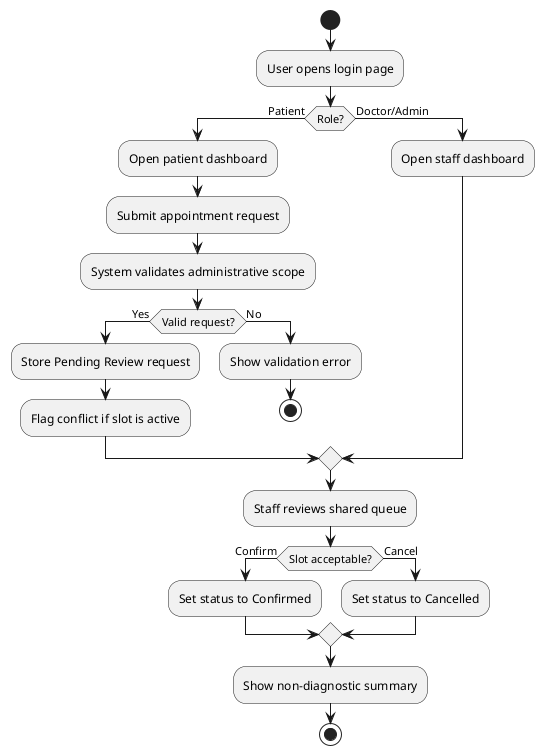
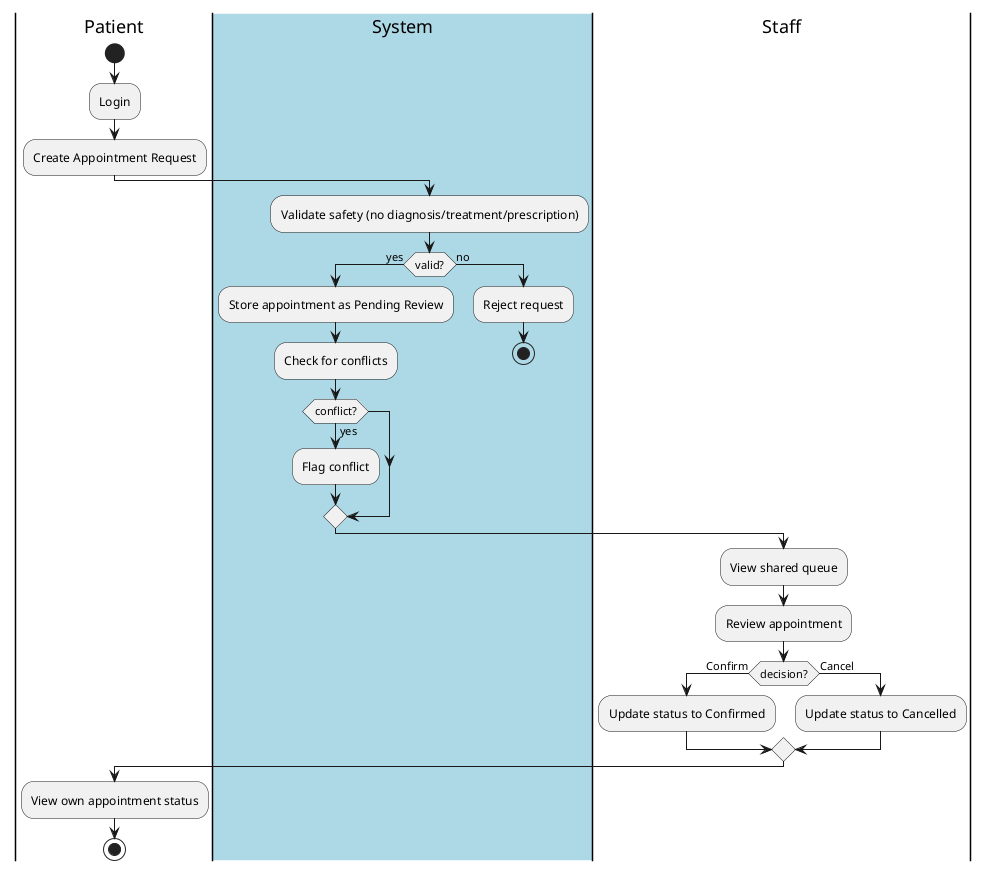
@startuml
+ |Patient|
start
- :User opens login page;
- if (Role?) then (Patient)
-   :Open patient dashboard;
-   :Submit appointment request;
-   :System validates administrative scope;
-   if (Valid request?) then (Yes)
-     :Store Pending Review request;
-     :Flag conflict if slot is active;
-   else (No)
-     :Show validation error;
-     stop
+ :Login;
+ :Create Appointment Request;
+ |#LightBlue|System|
+ :Validate safety (no diagnosis/treatment/prescription);
+ if (valid?) then (yes)
+   :Store appointment as Pending Review;
+   :Check for conflicts;
+   if (conflict?) then (yes)
+     :Flag conflict;
  endif
- else (Doctor/Admin)
-   :Open staff dashboard;
+ else (no)
+   :Reject request;
+   stop
endif
- :Staff reviews shared queue;
- if (Slot acceptable?) then (Confirm)
-   :Set status to Confirmed;
+ |Staff|
+ :View shared queue;
+ :Review appointment;
+ if (decision?) then (Confirm)
+   :Update status to Confirmed;
else (Cancel)
-   :Set status to Cancelled;
+   :Update status to Cancelled;
endif
- :Show non-diagnostic summary;
+ |Patient|
+ :View own appointment status;
stop
@enduml
